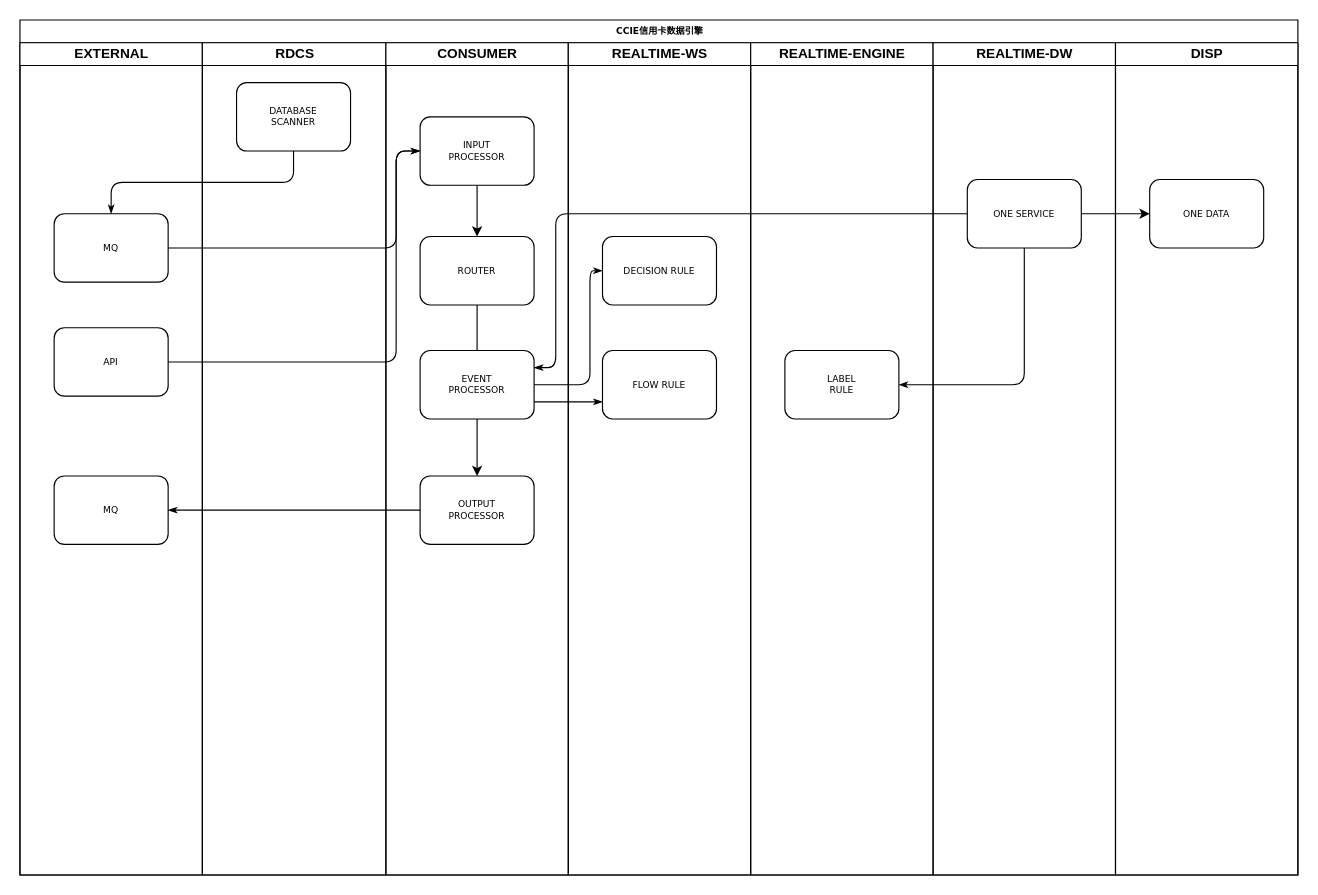
michael0817/wing keeps this draw.io diagram as page "Page-1" (1 of 4) of 数据中台 (3).drawio. Above is the earlier version. Source tidied: cells renumbered, new cells numbered last; positions are measured from the earlier drawing's top-left corner, leaving out a move shared by most shapes. Both pictures are drawn from the tidied source at 114%, with x=0, y=0 at pixel (19, 19).
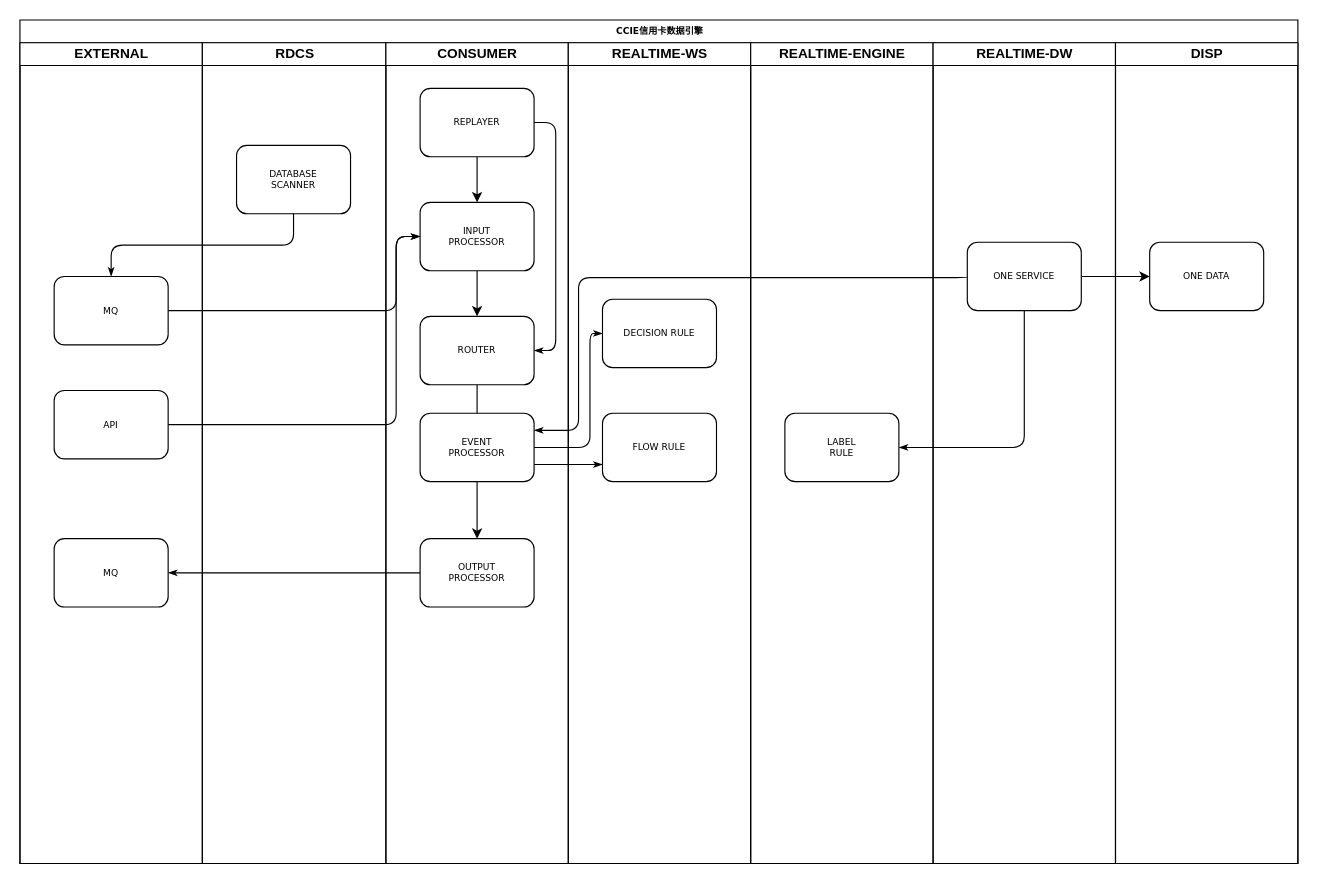
After the change.

Change to the diagram source:
```diff
@@
     <mxCell id="2" value="CCIE信用卡数据引擎" style="swimlane;html=1;startSize=20;rounded=0;shadow=0;labelBackgroundColor=none;strokeColor=#000000;strokeWidth=1;fillColor=#ffffff;fontFamily=Verdana;fontSize=8;fontColor=#000000;align=center;" parent="1" vertex="1">
-      <mxGeometry width="1121" height="750" as="geometry" />
+      <mxGeometry width="1121" height="740" as="geometry" />
     </mxCell>
     <mxCell id="3" value="EXTERNAL" style="swimlane;html=1;startSize=20;" parent="2" vertex="1">
-      <mxGeometry y="20" width="160" height="730" as="geometry" />
+      <mxGeometry y="20" width="160" height="720" as="geometry" />
     </mxCell>
     <mxCell id="4" value="MQ" style="rounded=1;whiteSpace=wrap;html=1;shadow=0;labelBackgroundColor=none;strokeColor=#000000;strokeWidth=1;fillColor=#ffffff;fontFamily=Verdana;fontSize=8;fontColor=#000000;align=center;" parent="3" vertex="1">
-      <mxGeometry x="30" y="150" width="100" height="60" as="geometry" />
+      <mxGeometry x="30" y="205" width="100" height="60" as="geometry" />
     </mxCell>
     <mxCell id="5" value="API" style="rounded=1;whiteSpace=wrap;html=1;shadow=0;labelBackgroundColor=none;strokeColor=#000000;strokeWidth=1;fillColor=#ffffff;fontFamily=Verdana;fontSize=8;fontColor=#000000;align=center;" parent="3" vertex="1">
-      <mxGeometry x="30" y="250" width="100" height="60" as="geometry" />
+      <mxGeometry x="30" y="305" width="100" height="60" as="geometry" />
     </mxCell>
     <mxCell id="6" value="MQ" style="rounded=1;whiteSpace=wrap;html=1;shadow=0;labelBackgroundColor=none;strokeColor=#000000;strokeWidth=1;fillColor=#ffffff;fontFamily=Verdana;fontSize=8;fontColor=#000000;align=center;" parent="3" vertex="1">
-      <mxGeometry x="30" y="380" width="100" height="60" as="geometry" />
+      <mxGeometry x="30" y="435" width="100" height="60" as="geometry" />
     </mxCell>
     <mxCell id="7" value="RDCS" style="swimlane;html=1;startSize=20;" parent="2" vertex="1">
-      <mxGeometry x="160" y="20" width="161" height="730" as="geometry" />
+      <mxGeometry x="160" y="20" width="161" height="720" as="geometry" />
     </mxCell>
     <mxCell id="8" value="DATABASE&lt;br&gt;SCANNER" style="rounded=1;whiteSpace=wrap;html=1;shadow=0;labelBackgroundColor=none;strokeColor=#000000;strokeWidth=1;fillColor=#ffffff;fontFamily=Verdana;fontSize=8;fontColor=#000000;align=center;" parent="7" vertex="1">
-      <mxGeometry x="30" y="35" width="100" height="60" as="geometry" />
+      <mxGeometry x="30" y="90" width="100" height="60" as="geometry" />
     </mxCell>
-    <mxCell id="9" style="edgeStyle=orthogonalEdgeStyle;rounded=1;html=1;labelBackgroundColor=none;startArrow=none;startFill=0;startSize=5;endArrow=classicThin;endFill=1;endSize=5;jettySize=auto;strokeColor=#000000;strokeWidth=1;fontFamily=Verdana;fontSize=8;fontColor=#000000;exitX=0.5;exitY=1;exitDx=0;exitDy=0;entryX=0.5;entryY=0;entryDx=0;entryDy=0;" parent="2" edge="1" source="8" target="4">
-      <mxGeometry relative="1" as="geometry" />
-    </mxCell>
-    <mxCell id="10" style="edgeStyle=orthogonalEdgeStyle;rounded=1;html=1;labelBackgroundColor=none;startArrow=none;startFill=0;startSize=5;endArrow=classicThin;endFill=1;endSize=5;jettySize=auto;strokeColor=#000000;strokeWidth=1;fontFamily=Verdana;fontSize=8;fontColor=#000000;entryX=0;entryY=0.75;entryDx=0;entryDy=0;exitX=1;exitY=0.75;exitDx=0;exitDy=0;" parent="2" edge="1" source="17" target="19">
-      <mxGeometry relative="1" as="geometry">
-        <Array as="points">
-          <mxPoint x="500" y="335" />
-          <mxPoint x="500" y="335" />
-        </Array>
-      </mxGeometry>
-    </mxCell>
     <mxCell id="11" value="CONSUMER" style="swimlane;html=1;startSize=20;" parent="2" vertex="1">
-      <mxGeometry x="321" y="20" width="160" height="730" as="geometry" />
+      <mxGeometry x="321" y="20" width="160" height="720" as="geometry" />
     </mxCell>
@@
     <mxCell id="13" value="INPUT&lt;br&gt;PROCESSOR" style="rounded=1;whiteSpace=wrap;html=1;shadow=0;labelBackgroundColor=none;strokeColor=#000000;strokeWidth=1;fillColor=#ffffff;fontFamily=Verdana;fontSize=8;fontColor=#000000;align=center;" parent="11" vertex="1">
-      <mxGeometry x="30" y="65" width="100" height="60" as="geometry" />
+      <mxGeometry x="30" y="140" width="100" height="60" as="geometry" />
     </mxCell>
@@
     <mxCell id="15" value="ROUTER" style="rounded=1;whiteSpace=wrap;html=1;shadow=0;labelBackgroundColor=none;strokeColor=#000000;strokeWidth=1;fillColor=#ffffff;fontFamily=Verdana;fontSize=8;fontColor=#000000;align=center;" parent="11" vertex="1">
-      <mxGeometry x="30" y="170" width="100" height="60" as="geometry" />
+      <mxGeometry x="30" y="240" width="100" height="60" as="geometry" />
     </mxCell>
     <mxCell id="16" value="OUTPUT&lt;br&gt;PROCESSOR" style="rounded=1;whiteSpace=wrap;html=1;shadow=0;labelBackgroundColor=none;strokeColor=#000000;strokeWidth=1;fillColor=#ffffff;fontFamily=Verdana;fontSize=8;fontColor=#000000;align=center;" parent="11" vertex="1">
-      <mxGeometry x="30" y="380" width="100" height="60" as="geometry" />
+      <mxGeometry x="30" y="435" width="100" height="60" as="geometry" />
     </mxCell>
     <mxCell id="17" value="EVENT&lt;br&gt;PROCESSOR" style="rounded=1;whiteSpace=wrap;html=1;shadow=0;labelBackgroundColor=none;strokeColor=#000000;strokeWidth=1;fillColor=#ffffff;fontFamily=Verdana;fontSize=8;fontColor=#000000;align=center;" parent="11" vertex="1">
-      <mxGeometry x="30" y="270" width="100" height="60" as="geometry" />
+      <mxGeometry x="30" y="325" width="100" height="60" as="geometry" />
     </mxCell>
+    <mxCell id="34" style="edgeStyle=orthogonalEdgeStyle;rounded=0;jettySize=auto;html=1;" parent="11" edge="1" source="35" target="13">
+      <mxGeometry relative="1" as="geometry" />
+    </mxCell>
+    <mxCell id="35" value="REPLAYER" style="rounded=1;whiteSpace=wrap;html=1;shadow=0;labelBackgroundColor=none;strokeColor=#000000;strokeWidth=1;fillColor=#ffffff;fontFamily=Verdana;fontSize=8;fontColor=#000000;align=center;" parent="11" vertex="1">
+      <mxGeometry x="30" y="40" width="100" height="60" as="geometry" />
+    </mxCell>
+    <mxCell id="36" style="edgeStyle=orthogonalEdgeStyle;rounded=1;html=1;labelBackgroundColor=none;startArrow=none;startFill=0;startSize=5;endArrow=classicThin;endFill=1;endSize=5;jettySize=auto;strokeColor=#000000;strokeWidth=1;fontFamily=Verdana;fontSize=8;fontColor=#000000;entryX=1;entryY=0.5;entryDx=0;entryDy=0;exitX=1;exitY=0.5;exitDx=0;exitDy=0;" parent="11" edge="1" source="35" target="15">
+      <mxGeometry relative="1" as="geometry">
+        <Array as="points">
+          <mxPoint x="149" y="70" />
+          <mxPoint x="149" y="270" />
+        </Array>
+      </mxGeometry>
+    </mxCell>
     <mxCell id="18" value="REALTIME-WS" style="swimlane;html=1;startSize=20;" parent="2" vertex="1">
-      <mxGeometry x="481" y="20" width="160" height="730" as="geometry" />
+      <mxGeometry x="481" y="20" width="160" height="720" as="geometry" />
     </mxCell>
     <mxCell id="19" value="FLOW RULE" style="rounded=1;whiteSpace=wrap;html=1;shadow=0;labelBackgroundColor=none;strokeColor=#000000;strokeWidth=1;fillColor=#ffffff;fontFamily=Verdana;fontSize=8;fontColor=#000000;align=center;" parent="18" vertex="1">
-      <mxGeometry x="30" y="270" width="100" height="60" as="geometry" />
+      <mxGeometry x="30" y="325" width="100" height="60" as="geometry" />
     </mxCell>
     <mxCell id="20" value="DECISION RULE" style="rounded=1;whiteSpace=wrap;html=1;shadow=0;labelBackgroundColor=none;strokeColor=#000000;strokeWidth=1;fillColor=#ffffff;fontFamily=Verdana;fontSize=8;fontColor=#000000;align=center;" parent="18" vertex="1">
-      <mxGeometry x="30" y="170" width="100" height="60" as="geometry" />
+      <mxGeometry x="30" y="225" width="100" height="60" as="geometry" />
     </mxCell>
-    <mxCell id="21" value="REALTIME-ENGINE" style="swimlane;html=1;startSize=20;" parent="2" vertex="1">
-      <mxGeometry x="641" y="20" width="160" height="730" as="geometry" />
-    </mxCell>
-    <mxCell id="22" value="LABEL&lt;br&gt;RULE" style="rounded=1;whiteSpace=wrap;html=1;shadow=0;labelBackgroundColor=none;strokeColor=#000000;strokeWidth=1;fillColor=#ffffff;fontFamily=Verdana;fontSize=8;fontColor=#000000;align=center;" parent="21" vertex="1">
-      <mxGeometry x="30" y="270" width="100" height="60" as="geometry" />
-    </mxCell>
-    <mxCell id="23" value="REALTIME-DW" style="swimlane;html=1;startSize=20;" parent="2" vertex="1">
-      <mxGeometry x="801" y="20" width="160" height="730" as="geometry" />
-    </mxCell>
-    <mxCell id="24" value="ONE SERVICE" style="rounded=1;whiteSpace=wrap;html=1;shadow=0;labelBackgroundColor=none;strokeColor=#000000;strokeWidth=1;fillColor=#ffffff;fontFamily=Verdana;fontSize=8;fontColor=#000000;align=center;" parent="23" vertex="1">
-      <mxGeometry x="30" y="120" width="100" height="60" as="geometry" />
-    </mxCell>
-    <mxCell id="25" value="DISP" style="swimlane;html=1;startSize=20;" parent="2" vertex="1">
-      <mxGeometry x="961" y="20" width="160" height="730" as="geometry" />
-    </mxCell>
-    <mxCell id="26" value="ONE DATA" style="rounded=1;whiteSpace=wrap;html=1;shadow=0;labelBackgroundColor=none;strokeColor=#000000;strokeWidth=1;fillColor=#ffffff;fontFamily=Verdana;fontSize=8;fontColor=#000000;align=center;" parent="25" vertex="1">
-      <mxGeometry x="30" y="120" width="100" height="60" as="geometry" />
-    </mxCell>
+    <mxCell id="9" style="edgeStyle=orthogonalEdgeStyle;rounded=1;html=1;labelBackgroundColor=none;startArrow=none;startFill=0;startSize=5;endArrow=classicThin;endFill=1;endSize=5;jettySize=auto;strokeColor=#000000;strokeWidth=1;fontFamily=Verdana;fontSize=8;fontColor=#000000;exitX=0.5;exitY=1;exitDx=0;exitDy=0;entryX=0.5;entryY=0;entryDx=0;entryDy=0;" parent="2" edge="1" source="8" target="4">
+      <mxGeometry relative="1" as="geometry" />
+    </mxCell>
+    <mxCell id="10" style="edgeStyle=orthogonalEdgeStyle;rounded=1;html=1;labelBackgroundColor=none;startArrow=none;startFill=0;startSize=5;endArrow=classicThin;endFill=1;endSize=5;jettySize=auto;strokeColor=#000000;strokeWidth=1;fontFamily=Verdana;fontSize=8;fontColor=#000000;entryX=0;entryY=0.75;entryDx=0;entryDy=0;exitX=1;exitY=0.75;exitDx=0;exitDy=0;" parent="2" edge="1" source="17" target="19">
+      <mxGeometry relative="1" as="geometry">
+        <Array as="points">
+          <mxPoint x="500" y="390" />
+          <mxPoint x="500" y="390" />
+        </Array>
+      </mxGeometry>
+    </mxCell>
     <mxCell id="27" style="edgeStyle=orthogonalEdgeStyle;rounded=1;html=1;labelBackgroundColor=none;startArrow=none;startFill=0;startSize=5;endArrow=classicThin;endFill=1;endSize=5;jettySize=auto;strokeColor=#000000;strokeWidth=1;fontFamily=Verdana;fontSize=8;fontColor=#000000;exitX=1;exitY=0.5;exitDx=0;exitDy=0;entryX=0;entryY=0.5;entryDx=0;entryDy=0;" parent="2" edge="1" source="5" target="13">
       <mxGeometry relative="1" as="geometry">
         <Array as="points">
-          <mxPoint x="330" y="300" />
-          <mxPoint x="330" y="115" />
+          <mxPoint x="330" y="355" />
+          <mxPoint x="330" y="190" />
         </Array>
       </mxGeometry>
     </mxCell>
     <mxCell id="28" style="edgeStyle=orthogonalEdgeStyle;rounded=1;html=1;labelBackgroundColor=none;startArrow=none;startFill=0;startSize=5;endArrow=classicThin;endFill=1;endSize=5;jettySize=auto;strokeColor=#000000;strokeWidth=1;fontFamily=Verdana;fontSize=8;fontColor=#000000;exitX=1;exitY=0.5;exitDx=0;exitDy=0;entryX=0;entryY=0.5;entryDx=0;entryDy=0;" parent="2" edge="1" source="4" target="13">
       <mxGeometry relative="1" as="geometry">
         <Array as="points">
-          <mxPoint x="330" y="200" />
-          <mxPoint x="330" y="115" />
+          <mxPoint x="330" y="255" />
+          <mxPoint x="330" y="190" />
         </Array>
       </mxGeometry>
     </mxCell>
     <mxCell id="29" style="edgeStyle=orthogonalEdgeStyle;rounded=1;html=1;labelBackgroundColor=none;startArrow=none;startFill=0;startSize=5;endArrow=classicThin;endFill=1;endSize=5;jettySize=auto;strokeColor=#000000;strokeWidth=1;fontFamily=Verdana;fontSize=8;fontColor=#000000;exitX=0;exitY=0.5;exitDx=0;exitDy=0;entryX=1;entryY=0.5;entryDx=0;entryDy=0;" parent="2" edge="1" source="16" target="6">
       <mxGeometry relative="1" as="geometry">
         <Array as="points">
-          <mxPoint x="300" y="430" />
-          <mxPoint x="300" y="430" />
+          <mxPoint x="300" y="485" />
+          <mxPoint x="300" y="485" />
         </Array>
       </mxGeometry>
     </mxCell>
     <mxCell id="30" style="edgeStyle=orthogonalEdgeStyle;rounded=1;html=1;labelBackgroundColor=none;startArrow=none;startFill=0;startSize=5;endArrow=classicThin;endFill=1;endSize=5;jettySize=auto;strokeColor=#000000;strokeWidth=1;fontFamily=Verdana;fontSize=8;fontColor=#000000;exitX=0.5;exitY=1;exitDx=0;exitDy=0;entryX=1;entryY=0.5;entryDx=0;entryDy=0;" parent="2" edge="1" source="24" target="22">
       <mxGeometry relative="1" as="geometry">
         <Array as="points">
-          <mxPoint x="881" y="320" />
+          <mxPoint x="881" y="375" />
         </Array>
       </mxGeometry>
     </mxCell>
     <mxCell id="31" style="edgeStyle=orthogonalEdgeStyle;rounded=1;html=1;labelBackgroundColor=none;startArrow=none;startFill=0;startSize=5;endArrow=classicThin;endFill=1;endSize=5;jettySize=auto;strokeColor=#000000;strokeWidth=1;fontFamily=Verdana;fontSize=8;fontColor=#000000;entryX=1;entryY=0.25;entryDx=0;entryDy=0;exitX=0;exitY=0.5;exitDx=0;exitDy=0;" parent="2" edge="1" source="24" target="17">
       <mxGeometry relative="1" as="geometry">
         <Array as="points">
-          <mxPoint x="831" y="170" />
-          <mxPoint x="470" y="170" />
-          <mxPoint x="470" y="305" />
+          <mxPoint x="490" y="226" />
+          <mxPoint x="490" y="360" />
         </Array>
       </mxGeometry>
     </mxCell>
     <mxCell id="32" style="edgeStyle=orthogonalEdgeStyle;rounded=1;html=1;labelBackgroundColor=none;startArrow=none;startFill=0;startSize=5;endArrow=classicThin;endFill=1;endSize=5;jettySize=auto;strokeColor=#000000;strokeWidth=1;fontFamily=Verdana;fontSize=8;fontColor=#000000;exitX=1;exitY=0.5;exitDx=0;exitDy=0;entryX=0;entryY=0.5;entryDx=0;entryDy=0;" parent="2" edge="1" source="17" target="20">
       <mxGeometry relative="1" as="geometry">
         <Array as="points">
-          <mxPoint x="500" y="320" />
-          <mxPoint x="500" y="220" />
+          <mxPoint x="500" y="375" />
+          <mxPoint x="500" y="275" />
         </Array>
       </mxGeometry>
     </mxCell>
@@
+    <mxCell id="21" value="REALTIME-ENGINE" style="swimlane;html=1;startSize=20;" parent="2" vertex="1">
+      <mxGeometry x="641" y="20" width="160" height="720" as="geometry" />
+    </mxCell>
+    <mxCell id="22" value="LABEL&lt;br&gt;RULE" style="rounded=1;whiteSpace=wrap;html=1;shadow=0;labelBackgroundColor=none;strokeColor=#000000;strokeWidth=1;fillColor=#ffffff;fontFamily=Verdana;fontSize=8;fontColor=#000000;align=center;" parent="21" vertex="1">
+      <mxGeometry x="30" y="325" width="100" height="60" as="geometry" />
+    </mxCell>
+    <mxCell id="23" value="REALTIME-DW" style="swimlane;html=1;startSize=20;" parent="2" vertex="1">
+      <mxGeometry x="801" y="20" width="160" height="720" as="geometry" />
+    </mxCell>
+    <mxCell id="24" value="ONE SERVICE" style="rounded=1;whiteSpace=wrap;html=1;shadow=0;labelBackgroundColor=none;strokeColor=#000000;strokeWidth=1;fillColor=#ffffff;fontFamily=Verdana;fontSize=8;fontColor=#000000;align=center;" parent="23" vertex="1">
+      <mxGeometry x="30" y="175" width="100" height="60" as="geometry" />
+    </mxCell>
+    <mxCell id="25" value="DISP" style="swimlane;html=1;startSize=20;" parent="2" vertex="1">
+      <mxGeometry x="961" y="20" width="160" height="720" as="geometry" />
+    </mxCell>
+    <mxCell id="26" value="ONE DATA" style="rounded=1;whiteSpace=wrap;html=1;shadow=0;labelBackgroundColor=none;strokeColor=#000000;strokeWidth=1;fillColor=#ffffff;fontFamily=Verdana;fontSize=8;fontColor=#000000;align=center;" parent="25" vertex="1">
+      <mxGeometry x="30" y="175" width="100" height="60" as="geometry" />
+    </mxCell>
```
